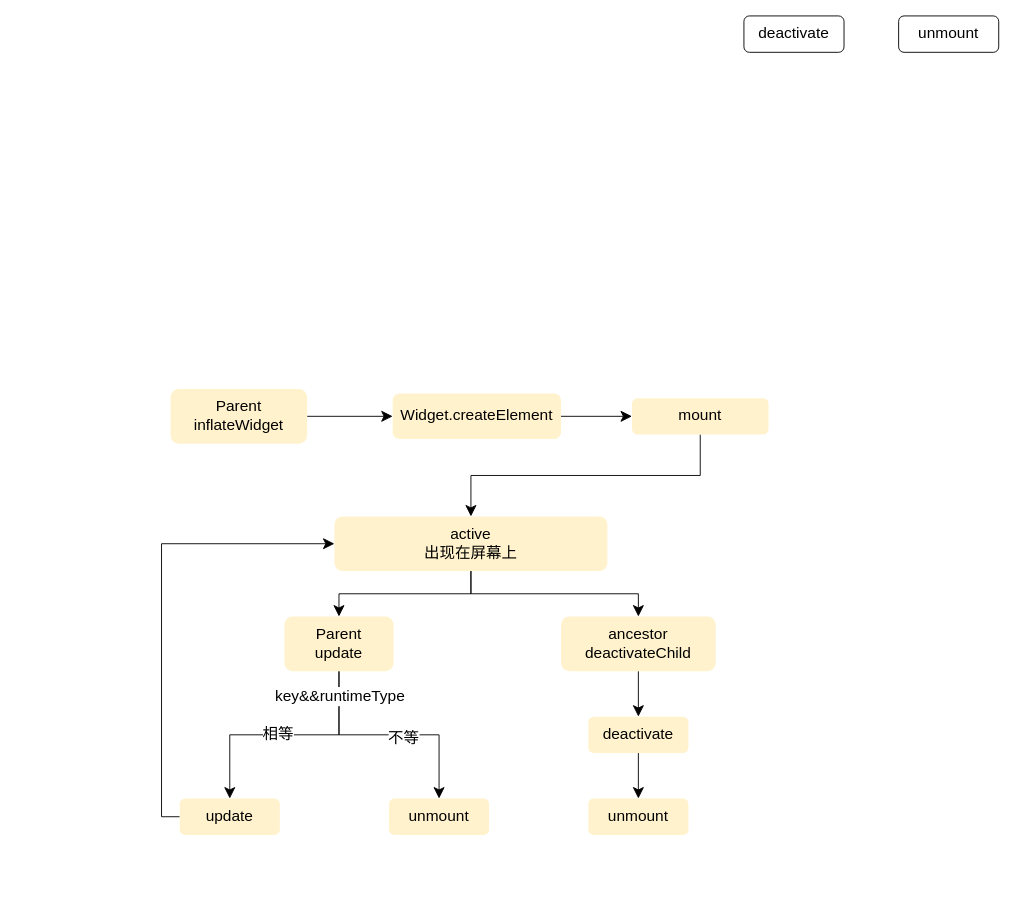
Before: flutter/element_life.drawio in ShzMinato/Flutter, a draw.io diagram. Source tidied: cells renumbered, new cells numbered last; positions are measured from the earlier drawing's top-left corner, leaving out a move shared by most shapes. Both pictures are drawn from the tidied source at 91%, with x=0, y=0 at pixel (170, 15).
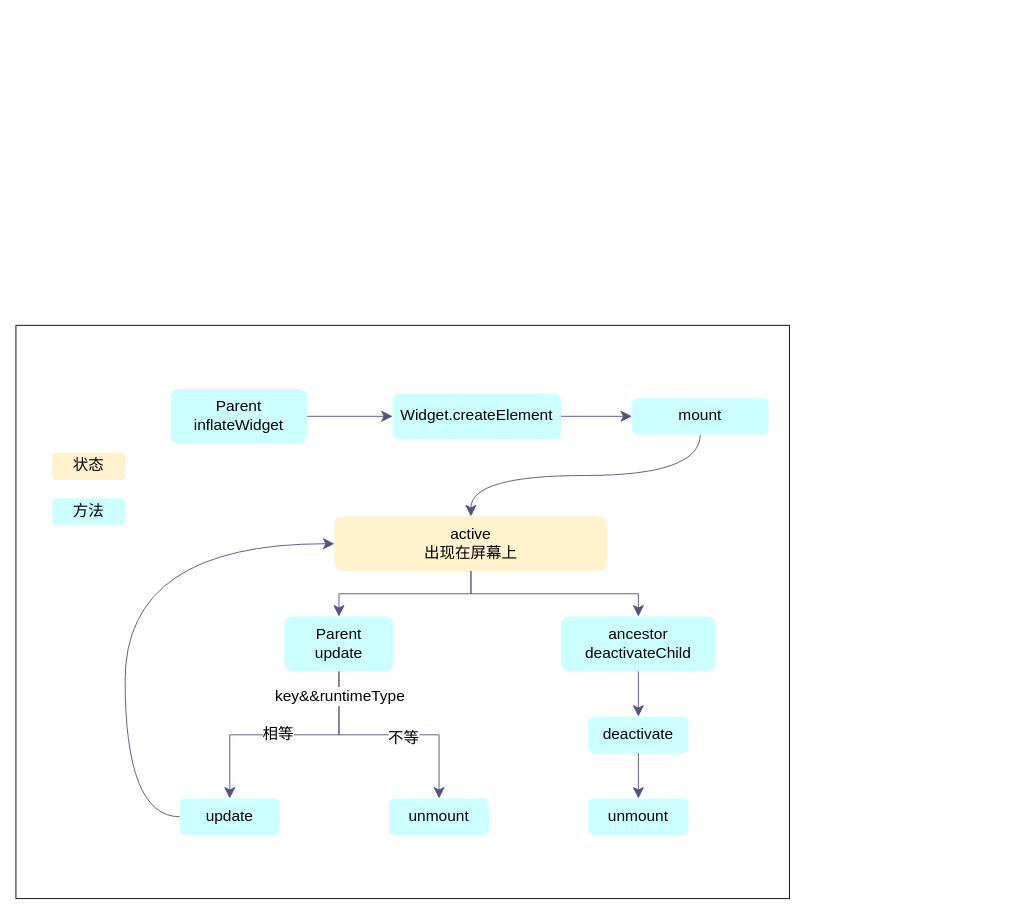
The same diagram, later.

Unchanged cells that the change refers to:
```xml
<mxCell id="10" value="active&lt;br&gt;出现在屏幕上" style="rounded=1;whiteSpace=wrap;html=1;fontSize=17;fillColor=#fff2cc;strokeColor=none;" parent="1" vertex="1">
  <mxGeometry x="180" y="550" width="300" height="60" as="geometry" />
</mxCell>
```

What changed in the source:
```diff
@@
+    <mxCell id="27" style="rounded=0;whiteSpace=wrap;html=1;fillColor=none;" parent="1" vertex="1">
+      <mxGeometry x="-170" y="340" width="850" height="630" as="geometry" />
+    </mxCell>
-    <mxCell id="2" style="edgeStyle=orthogonalEdgeStyle;rounded=0;jettySize=auto;html=1;exitX=1;exitY=0.5;exitDx=0;exitDy=0;fontSize=17;endSize=10;endArrow=classic;endFill=1;" parent="1" edge="1" source="3" target="5">
+    <mxCell id="2" style="edgeStyle=orthogonalEdgeStyle;rounded=0;jettySize=auto;html=1;exitX=1;exitY=0.5;exitDx=0;exitDy=0;fontSize=17;endSize=10;endArrow=classic;endFill=1;strokeWidth=1;fillColor=#d0cee2;strokeColor=#56517e;" parent="1" edge="1" source="3" target="5">
       <mxGeometry relative="1" as="geometry" />
     </mxCell>
-    <mxCell id="3" value="Parent&lt;br style=&quot;font-size: 17px;&quot;&gt;inflateWidget" style="rounded=1;whiteSpace=wrap;html=1;fontSize=17;glass=0;strokeWidth=1;shadow=0;fillColor=#fff2cc;strokeColor=none;" parent="1" vertex="1">
+    <mxCell id="3" value="Parent&lt;br style=&quot;font-size: 17px;&quot;&gt;inflateWidget" style="rounded=1;whiteSpace=wrap;html=1;fontSize=17;glass=0;strokeWidth=1;shadow=0;strokeColor=none;fillColor=#CCFFFF;" parent="1" vertex="1">
       <mxGeometry y="410" width="150" height="60" as="geometry" />
     </mxCell>
-    <mxCell id="4" style="edgeStyle=orthogonalEdgeStyle;rounded=0;jettySize=auto;html=1;exitX=1;exitY=0.5;exitDx=0;exitDy=0;fontSize=17;endSize=10;endArrow=classic;endFill=1;" parent="1" edge="1" source="5" target="7">
+    <mxCell id="4" style="edgeStyle=orthogonalEdgeStyle;rounded=0;jettySize=auto;html=1;exitX=1;exitY=0.5;exitDx=0;exitDy=0;fontSize=17;endSize=10;endArrow=classic;endFill=1;strokeWidth=1;fillColor=#d0cee2;strokeColor=#56517e;" parent="1" edge="1" source="5" target="7">
       <mxGeometry relative="1" as="geometry" />
     </mxCell>
-    <mxCell id="5" value="Widget.createElement" style="rounded=1;whiteSpace=wrap;html=1;fontSize=17;glass=0;strokeWidth=1;shadow=0;fillColor=#fff2cc;strokeColor=none;" parent="1" vertex="1">
+    <mxCell id="5" value="Widget.createElement" style="rounded=1;whiteSpace=wrap;html=1;fontSize=17;glass=0;strokeWidth=1;shadow=0;strokeColor=none;fillColor=#CCFFFF;" parent="1" vertex="1">
       <mxGeometry x="244" y="415" width="185" height="50" as="geometry" />
     </mxCell>
-    <mxCell id="6" style="edgeStyle=orthogonalEdgeStyle;rounded=0;jettySize=auto;html=1;exitX=0.5;exitY=1;exitDx=0;exitDy=0;fontSize=17;endSize=10;endArrow=classic;endFill=1;" parent="1" edge="1" source="7" target="10">
+    <mxCell id="6" style="edgeStyle=orthogonalEdgeStyle;rounded=0;jettySize=auto;html=1;exitX=0.5;exitY=1;exitDx=0;exitDy=0;fontSize=17;endSize=10;endArrow=classic;endFill=1;elbow=vertical;curved=1;strokeWidth=1;fillColor=#d0cee2;strokeColor=#56517e;" parent="1" edge="1" source="7" target="10">
       <mxGeometry relative="1" as="geometry" />
     </mxCell>
-    <mxCell id="7" value="mount" style="rounded=1;whiteSpace=wrap;html=1;fontSize=17;glass=0;strokeWidth=1;shadow=0;fillColor=#fff2cc;strokeColor=none;" parent="1" vertex="1">
+    <mxCell id="7" value="mount" style="rounded=1;whiteSpace=wrap;html=1;fontSize=17;glass=0;strokeWidth=1;shadow=0;fillColor=#CCFFFF;strokeColor=none;" parent="1" vertex="1">
       <mxGeometry x="507" y="420" width="150" height="40" as="geometry" />
     </mxCell>
-    <mxCell id="8" style="edgeStyle=orthogonalEdgeStyle;rounded=0;jettySize=auto;html=1;exitX=0.5;exitY=1;exitDx=0;exitDy=0;fontSize=17;endSize=10;endArrow=classic;endFill=1;" parent="1" edge="1" source="10" target="25">
+    <mxCell id="8" style="edgeStyle=orthogonalEdgeStyle;rounded=0;jettySize=auto;html=1;exitX=0.5;exitY=1;exitDx=0;exitDy=0;fontSize=17;endSize=10;endArrow=classic;endFill=1;strokeWidth=1;fillColor=#d0cee2;strokeColor=#56517e;" parent="1" edge="1" source="10" target="25">
       <mxGeometry relative="1" as="geometry" />
     </mxCell>
-    <mxCell id="9" style="edgeStyle=orthogonalEdgeStyle;rounded=0;jettySize=auto;html=1;exitX=0.5;exitY=1;exitDx=0;exitDy=0;entryX=0.5;entryY=0;entryDx=0;entryDy=0;fontSize=17;endSize=10;endArrow=classic;endFill=1;" parent="1" edge="1" source="10" target="14">
+    <mxCell id="9" style="edgeStyle=orthogonalEdgeStyle;rounded=0;jettySize=auto;html=1;exitX=0.5;exitY=1;exitDx=0;exitDy=0;entryX=0.5;entryY=0;entryDx=0;entryDy=0;fontSize=17;endSize=10;endArrow=classic;endFill=1;strokeWidth=1;fillColor=#d0cee2;strokeColor=#56517e;" parent="1" edge="1" source="10" target="14">
       <mxGeometry relative="1" as="geometry" />
     </mxCell>
@@
-    <mxCell id="11" value="deactivate" style="rounded=1;whiteSpace=wrap;html=1;fontSize=17;glass=0;strokeWidth=1;shadow=0;" parent="1" vertex="1">
-      <mxGeometry x="630" width="110" height="40" as="geometry" />
-    </mxCell>
-    <mxCell id="12" value="unmount" style="rounded=1;whiteSpace=wrap;html=1;fontSize=17;glass=0;strokeWidth=1;shadow=0;" parent="1" vertex="1">
-      <mxGeometry x="800" width="110" height="40" as="geometry" />
-    </mxCell>
-    <mxCell id="13" style="edgeStyle=orthogonalEdgeStyle;rounded=0;jettySize=auto;html=1;exitX=0.5;exitY=1;exitDx=0;exitDy=0;entryX=0.5;entryY=0;entryDx=0;entryDy=0;fontSize=17;endSize=10;endArrow=classic;endFill=1;" parent="1" edge="1" source="14" target="16">
+    <mxCell id="13" style="edgeStyle=orthogonalEdgeStyle;rounded=0;jettySize=auto;html=1;exitX=0.5;exitY=1;exitDx=0;exitDy=0;entryX=0.5;entryY=0;entryDx=0;entryDy=0;fontSize=17;endSize=10;endArrow=classic;endFill=1;strokeWidth=1;fillColor=#d0cee2;strokeColor=#56517e;" parent="1" edge="1" source="14" target="16">
       <mxGeometry relative="1" as="geometry" />
     </mxCell>
-    <mxCell id="14" value="ancestor&lt;br&gt;deactivateChild" style="rounded=1;whiteSpace=wrap;html=1;fontSize=17;fillColor=#fff2cc;strokeColor=none;" parent="1" vertex="1">
+    <mxCell id="14" value="ancestor&lt;br&gt;deactivateChild" style="rounded=1;whiteSpace=wrap;html=1;fontSize=17;strokeColor=none;fillColor=#CCFFFF;" parent="1" vertex="1">
       <mxGeometry x="429" y="660" width="170" height="60" as="geometry" />
     </mxCell>
-    <mxCell id="15" style="edgeStyle=orthogonalEdgeStyle;rounded=0;jettySize=auto;html=1;exitX=0.5;exitY=1;exitDx=0;exitDy=0;entryX=0.5;entryY=0;entryDx=0;entryDy=0;fontSize=17;endSize=10;endArrow=classic;endFill=1;" parent="1" edge="1" source="16" target="17">
+    <mxCell id="15" style="edgeStyle=orthogonalEdgeStyle;rounded=0;jettySize=auto;html=1;exitX=0.5;exitY=1;exitDx=0;exitDy=0;entryX=0.5;entryY=0;entryDx=0;entryDy=0;fontSize=17;endSize=10;endArrow=classic;endFill=1;strokeWidth=1;fillColor=#d0cee2;strokeColor=#56517e;" parent="1" edge="1" source="16" target="17">
       <mxGeometry relative="1" as="geometry" />
     </mxCell>
-    <mxCell id="16" value="deactivate" style="rounded=1;whiteSpace=wrap;html=1;fontSize=17;glass=0;strokeWidth=1;shadow=0;fillColor=#fff2cc;strokeColor=none;" parent="1" vertex="1">
+    <mxCell id="16" value="deactivate" style="rounded=1;whiteSpace=wrap;html=1;fontSize=17;glass=0;strokeWidth=1;shadow=0;strokeColor=none;fillColor=#CCFFFF;" parent="1" vertex="1">
       <mxGeometry x="459" y="770" width="110" height="40" as="geometry" />
     </mxCell>
-    <mxCell id="17" value="unmount" style="rounded=1;whiteSpace=wrap;html=1;fontSize=17;glass=0;strokeWidth=1;shadow=0;fillColor=#fff2cc;strokeColor=none;" parent="1" vertex="1">
+    <mxCell id="17" value="unmount" style="rounded=1;whiteSpace=wrap;html=1;fontSize=17;glass=0;strokeWidth=1;shadow=0;strokeColor=none;fillColor=#CCFFFF;" parent="1" vertex="1">
       <mxGeometry x="459" y="860" width="110" height="40" as="geometry" />
     </mxCell>
-    <mxCell id="18" style="edgeStyle=orthogonalEdgeStyle;rounded=0;jettySize=auto;html=1;exitX=0;exitY=0.5;exitDx=0;exitDy=0;entryX=0;entryY=0.5;entryDx=0;entryDy=0;fontSize=17;endSize=10;endArrow=classic;endFill=1;" parent="1" edge="1" source="19" target="10">
-      <mxGeometry relative="1" as="geometry" />
+    <mxCell id="18" style="edgeStyle=orthogonalEdgeStyle;rounded=0;jettySize=auto;html=1;exitX=0;exitY=0.5;exitDx=0;exitDy=0;entryX=0;entryY=0.5;entryDx=0;entryDy=0;fontSize=17;endSize=10;endArrow=classic;endFill=1;strokeWidth=1;fillColor=#d0cee2;strokeColor=#56517e;curved=1;" parent="1" edge="1" source="19" target="10">
+      <mxGeometry relative="1" as="geometry">
+        <Array as="points">
+          <mxPoint x="-50" y="880" />
+          <mxPoint x="-50" y="580" />
+        </Array>
+      </mxGeometry>
     </mxCell>
-    <mxCell id="19" value="update" style="rounded=1;whiteSpace=wrap;html=1;fontSize=17;glass=0;strokeWidth=1;shadow=0;fillColor=#fff2cc;strokeColor=none;" parent="1" vertex="1">
+    <mxCell id="19" value="update" style="rounded=1;whiteSpace=wrap;html=1;fontSize=17;glass=0;strokeWidth=1;shadow=0;strokeColor=none;fillColor=#CCFFFF;" parent="1" vertex="1">
       <mxGeometry x="10" y="860" width="110" height="40" as="geometry" />
     </mxCell>
-    <mxCell id="20" style="edgeStyle=orthogonalEdgeStyle;rounded=0;jettySize=auto;html=1;exitX=0.5;exitY=1;exitDx=0;exitDy=0;entryX=0.5;entryY=0;entryDx=0;entryDy=0;fontSize=17;endSize=10;endArrow=classic;endFill=1;" parent="1" edge="1" source="25" target="19">
+    <mxCell id="20" style="edgeStyle=orthogonalEdgeStyle;rounded=0;jettySize=auto;html=1;exitX=0.5;exitY=1;exitDx=0;exitDy=0;entryX=0.5;entryY=0;entryDx=0;entryDy=0;fontSize=17;endSize=10;endArrow=classic;endFill=1;strokeWidth=1;fillColor=#d0cee2;strokeColor=#56517e;" parent="1" edge="1" source="25" target="19">
       <mxGeometry relative="1" as="geometry" />
     </mxCell>
@@
-    <mxCell id="22" style="edgeStyle=orthogonalEdgeStyle;rounded=0;jettySize=auto;html=1;exitX=0.5;exitY=1;exitDx=0;exitDy=0;fontSize=17;endSize=10;endArrow=classic;endFill=1;" parent="1" edge="1" source="25" target="26">
+    <mxCell id="22" style="edgeStyle=orthogonalEdgeStyle;rounded=0;jettySize=auto;html=1;exitX=0.5;exitY=1;exitDx=0;exitDy=0;fontSize=17;endSize=10;endArrow=classic;endFill=1;strokeWidth=1;fillColor=#d0cee2;strokeColor=#56517e;" parent="1" edge="1" source="25" target="26">
       <mxGeometry relative="1" as="geometry" />
     </mxCell>
@@
-    <mxCell id="25" value="Parent&lt;br&gt;update" style="rounded=1;whiteSpace=wrap;html=1;fontSize=17;fillColor=#fff2cc;strokeColor=none;" parent="1" vertex="1">
+    <mxCell id="25" value="Parent&lt;br&gt;update" style="rounded=1;whiteSpace=wrap;html=1;fontSize=17;strokeColor=none;fillColor=#CCFFFF;" parent="1" vertex="1">
       <mxGeometry x="125" y="660" width="120" height="60" as="geometry" />
     </mxCell>
-    <mxCell id="26" value="unmount" style="rounded=1;whiteSpace=wrap;html=1;fontSize=17;glass=0;strokeWidth=1;shadow=0;fillColor=#fff2cc;strokeColor=none;" parent="1" vertex="1">
+    <mxCell id="26" value="unmount" style="rounded=1;whiteSpace=wrap;html=1;fontSize=17;glass=0;strokeWidth=1;shadow=0;strokeColor=none;fillColor=#CCFFFF;" parent="1" vertex="1">
       <mxGeometry x="240" y="860" width="110" height="40" as="geometry" />
     </mxCell>
+    <mxCell id="28" value="状态" style="rounded=1;whiteSpace=wrap;html=1;fontSize=17;fillColor=#fff2cc;strokeColor=none;" parent="1" vertex="1">
+      <mxGeometry x="-130" y="480" width="80" height="30" as="geometry" />
+    </mxCell>
+    <mxCell id="29" value="方法" style="rounded=1;whiteSpace=wrap;html=1;fontSize=17;glass=0;strokeWidth=1;shadow=0;strokeColor=none;fillColor=#CCFFFF;" parent="1" vertex="1">
+      <mxGeometry x="-130" y="530" width="80" height="30" as="geometry" />
+    </mxCell>
```
